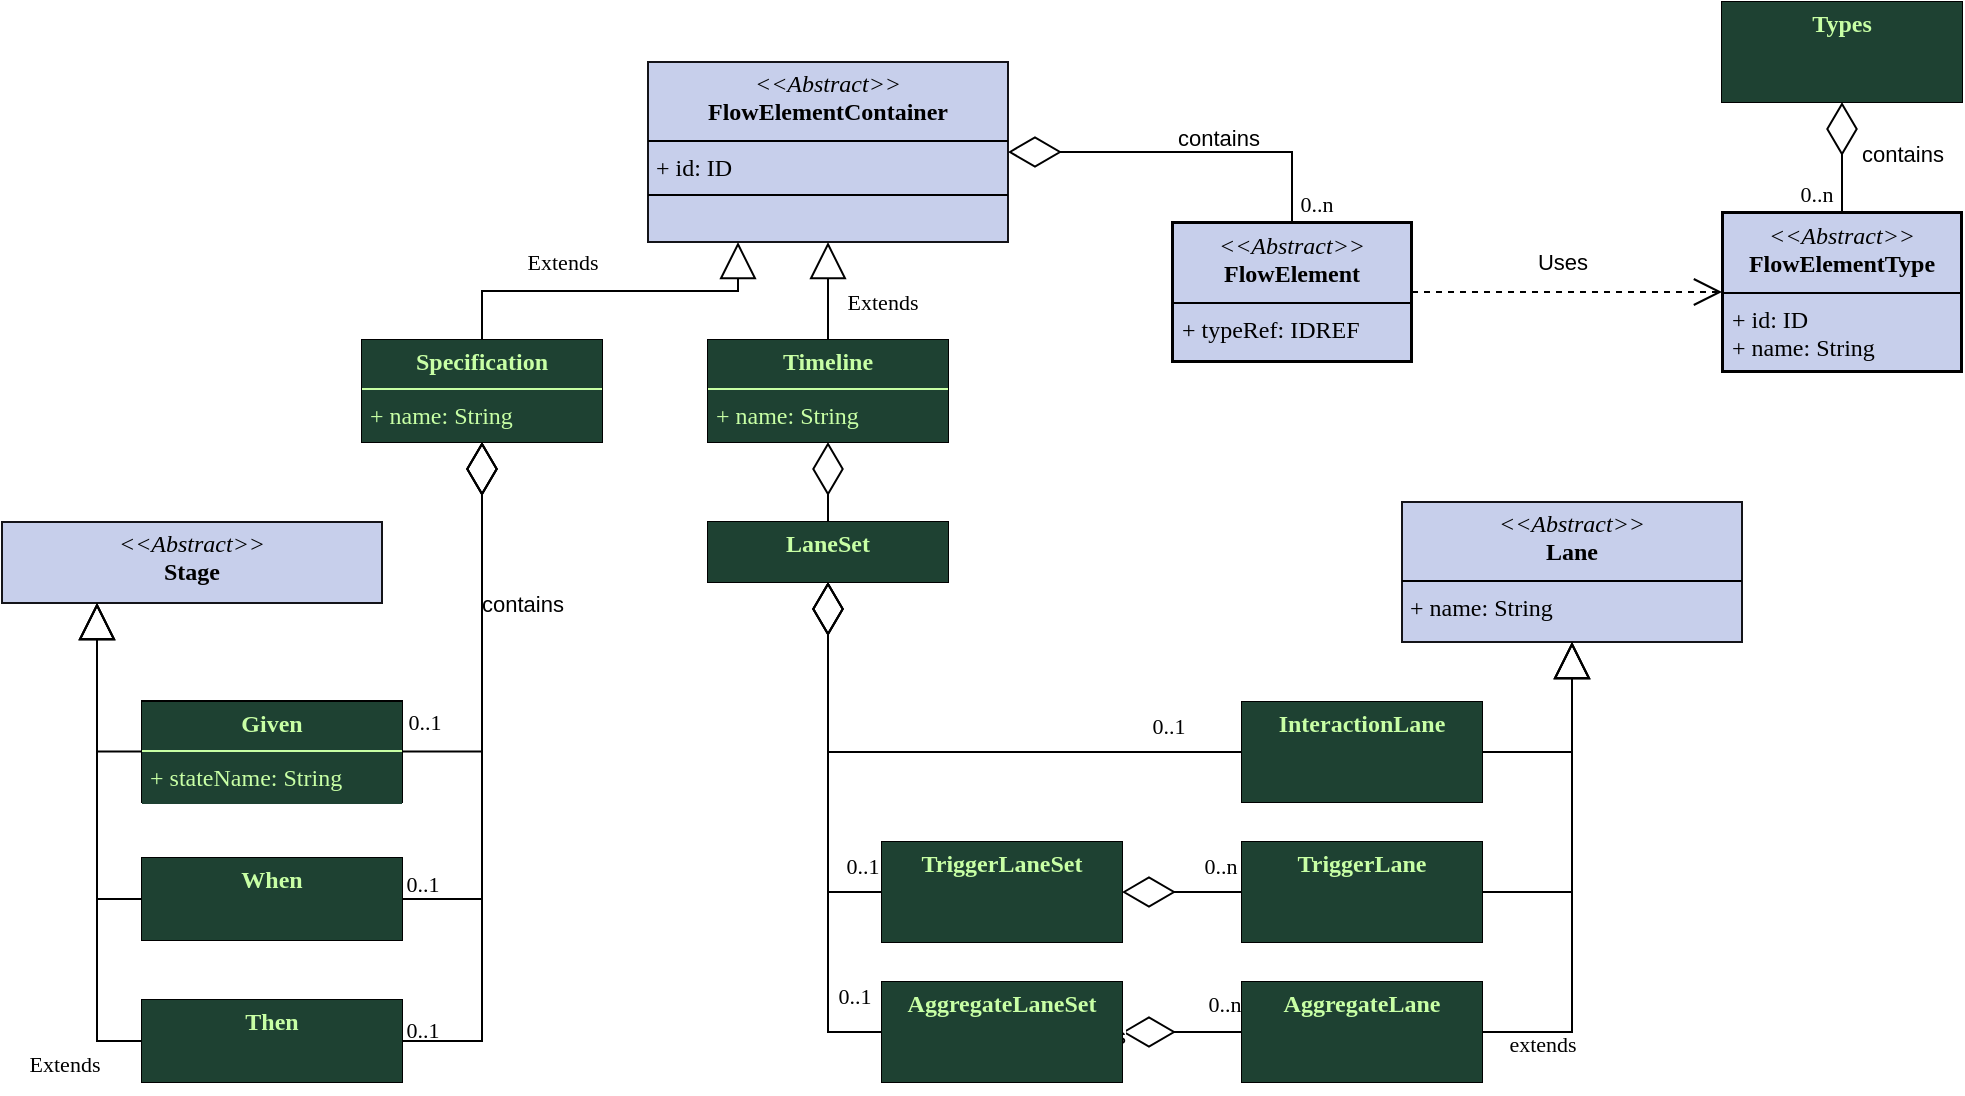
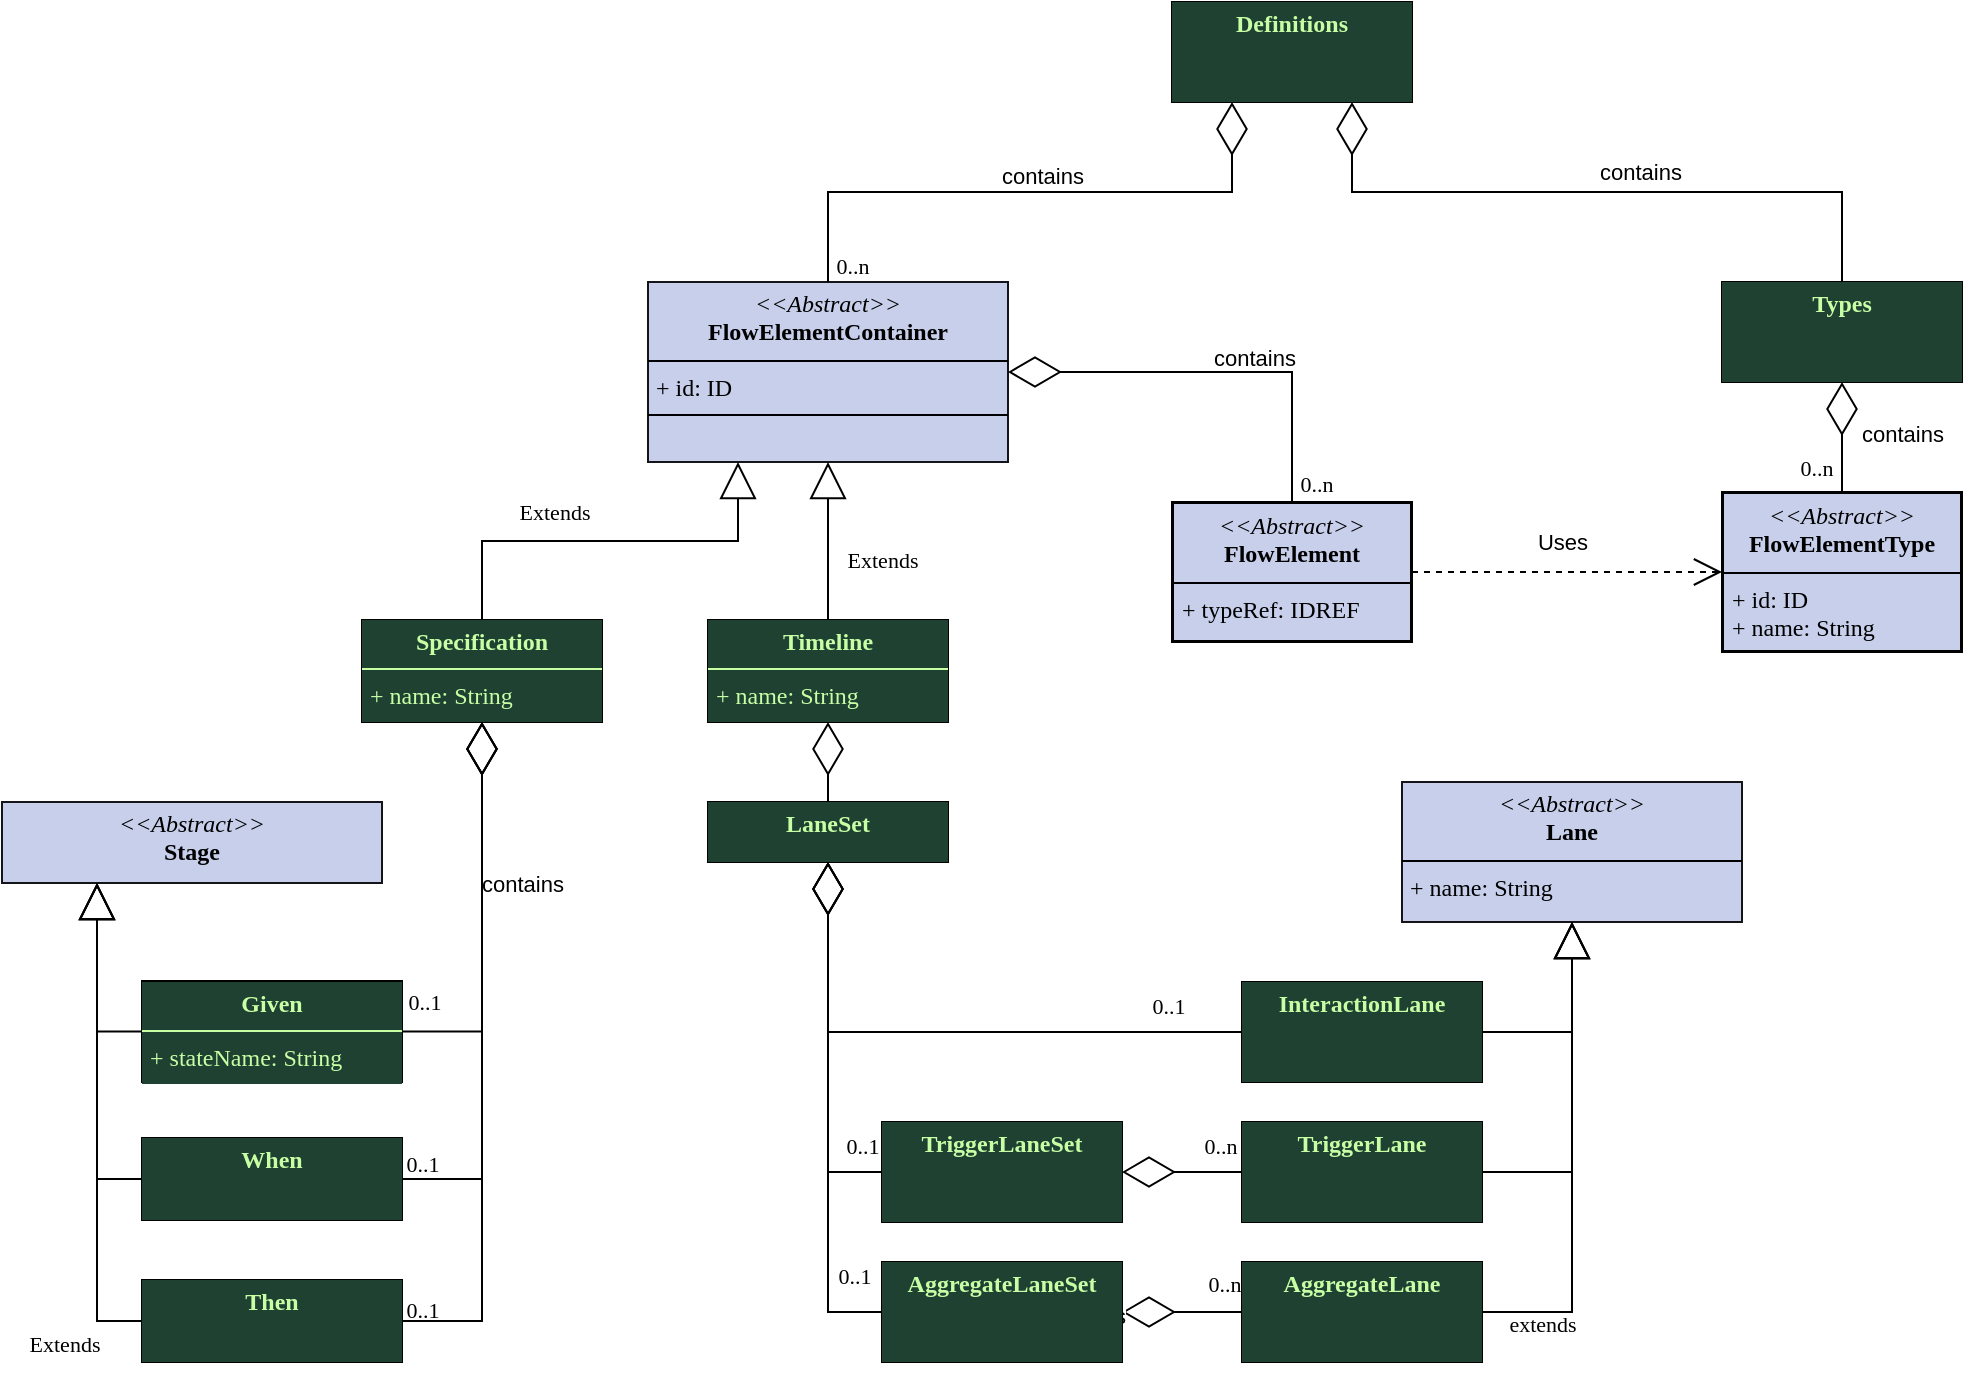
<mxfile host="Electron" agent="Mozilla/5.0 (Macintosh; Intel Mac OS X 10_15_7) AppleWebKit/537.36 (KHTML, like Gecko) draw.io/28.1.2 Chrome/138.0.7204.243 Electron/37.4.0 Safari/537.36" version="28.1.2">
  <diagram name="Page-1" id="q0r2u4vpnyppwJ7rJXbX">
-     <mxGraphModel dx="2182" dy="942" grid="1" gridSize="10" guides="1" tooltips="1" connect="1" arrows="1" fold="1" page="1" pageScale="1" pageWidth="827" pageHeight="1169" math="0" shadow="0">
+     <mxGraphModel dx="848" dy="1817" grid="1" gridSize="10" guides="1" tooltips="1" connect="1" arrows="1" fold="1" page="1" pageScale="1" pageWidth="827" pageHeight="1169" math="0" shadow="0">
      <root>
        <mxCell id="0" />
        <mxCell id="1" parent="0" />
        <mxCell id="6lQ3wKIXjfulGhikJVS5-1" value="&lt;p style=&quot;margin:0px;margin-top:4px;text-align:center;&quot;&gt;&lt;b&gt;LaneSet&lt;/b&gt;&lt;/p&gt;" style="verticalAlign=top;align=left;overflow=fill;html=1;whiteSpace=wrap;labelBackgroundColor=#1E4132;fontFamily=ES Klarheit Kurrent RD;fontColor=#C8FFA5;" vertex="1" parent="1">
          <mxGeometry x="363" y="270" width="120" height="30" as="geometry" />
        </mxCell>
        <mxCell id="6lQ3wKIXjfulGhikJVS5-2" value="&lt;p style=&quot;margin:0px;margin-top:4px;text-align:center;&quot;&gt;&lt;i&gt;&amp;lt;&amp;lt;Abstract&amp;gt;&amp;gt;&lt;/i&gt;&lt;br&gt;&lt;b&gt;Lane&lt;/b&gt;&lt;/p&gt;&lt;hr size=&quot;1&quot; style=&quot;border-style:solid;&quot;&gt;&lt;p style=&quot;margin:0px;margin-left:4px;&quot;&gt;+ name: String&lt;/p&gt;" style="verticalAlign=top;align=left;overflow=fill;html=1;whiteSpace=wrap;fontFamily=ES Klarheit Kurrent RD;fillColor=#C7CFEB;strokeColor=#141419;" vertex="1" parent="1">
          <mxGeometry x="710" y="260" width="170" height="70" as="geometry" />
        </mxCell>
        <mxCell id="6lQ3wKIXjfulGhikJVS5-3" value="&lt;p style=&quot;margin:0px;margin-top:4px;text-align:center;&quot;&gt;&lt;b&gt;AggregateLane&lt;/b&gt;&lt;/p&gt;&lt;p style=&quot;margin:0px;margin-left:4px;&quot;&gt;&lt;br&gt;&lt;/p&gt;" style="verticalAlign=top;align=left;overflow=fill;html=1;whiteSpace=wrap;labelBackgroundColor=#1E4132;fontFamily=ES Klarheit Kurrent RD;fontColor=#C8FFA5;" vertex="1" parent="1">
          <mxGeometry x="630" y="500" width="120" height="50" as="geometry" />
        </mxCell>
        <mxCell id="6lQ3wKIXjfulGhikJVS5-4" value="&lt;p style=&quot;margin:0px;margin-top:4px;text-align:center;&quot;&gt;&lt;b&gt;InteractionLane&lt;/b&gt;&lt;/p&gt;" style="verticalAlign=top;align=left;overflow=fill;html=1;whiteSpace=wrap;labelBackgroundColor=#1E4132;fontFamily=ES Klarheit Kurrent RD;fontColor=#C8FFA5;" vertex="1" parent="1">
          <mxGeometry x="630" y="360" width="120" height="50" as="geometry" />
        </mxCell>
        <mxCell id="6lQ3wKIXjfulGhikJVS5-5" value="&lt;p style=&quot;margin:0px;margin-top:4px;text-align:center;&quot;&gt;&lt;b&gt;TriggerLane&lt;/b&gt;&lt;/p&gt;" style="verticalAlign=top;align=left;overflow=fill;html=1;whiteSpace=wrap;labelBackgroundColor=#1E4132;fontFamily=ES Klarheit Kurrent RD;fontColor=#C8FFA5;" vertex="1" parent="1">
          <mxGeometry x="630" y="430" width="120" height="50" as="geometry" />
        </mxCell>
        <mxCell id="6lQ3wKIXjfulGhikJVS5-8" value="&lt;p style=&quot;margin:0px;margin-top:4px;text-align:center;&quot;&gt;&lt;i&gt;&amp;lt;&amp;lt;Abstract&amp;gt;&amp;gt;&lt;/i&gt;&lt;br&gt;&lt;b&gt;FlowElementContainer&lt;/b&gt;&lt;/p&gt;&lt;hr size=&quot;1&quot; style=&quot;border-style:solid;&quot;&gt;&lt;p style=&quot;margin:0px;margin-left:4px;&quot;&gt;+ id: ID&lt;br&gt;&lt;/p&gt;&lt;hr size=&quot;1&quot; style=&quot;border-style:solid;&quot;&gt;&lt;p style=&quot;margin:0px;margin-left:4px;&quot;&gt;&lt;br&gt;&lt;/p&gt;" style="verticalAlign=top;align=left;overflow=fill;html=1;whiteSpace=wrap;fontFamily=ES Klarheit Kurrent RD;fillColor=#C7CFEB;strokeColor=#141419;" vertex="1" parent="1">
-           <mxGeometry x="333" y="40" width="180" height="90" as="geometry" />
+           <mxGeometry x="333" y="10" width="180" height="90" as="geometry" />
        </mxCell>
        <mxCell id="6lQ3wKIXjfulGhikJVS5-9" value="&lt;p style=&quot;margin:0px;margin-top:4px;text-align:center;&quot;&gt;&lt;b&gt;Timeline&lt;/b&gt;&lt;/p&gt;&lt;hr size=&quot;1&quot; style=&quot;border-style:solid;&quot;&gt;&lt;p style=&quot;margin:0px;margin-left:4px;&quot;&gt;+ name: String&lt;/p&gt;&lt;p style=&quot;margin:0px;margin-left:4px;&quot;&gt;&lt;br&gt;&lt;/p&gt;" style="verticalAlign=top;align=left;overflow=fill;html=1;whiteSpace=wrap;labelBackgroundColor=#1E4132;fontFamily=ES Klarheit Kurrent RD;fontColor=#C8FFA5;" vertex="1" parent="1">
          <mxGeometry x="363" y="179" width="120" height="51" as="geometry" />
        </mxCell>
        <mxCell id="6lQ3wKIXjfulGhikJVS5-12" value="" style="endArrow=block;endSize=16;endFill=0;html=1;rounded=0;entryX=0.5;entryY=1;entryDx=0;entryDy=0;exitX=1;exitY=0.5;exitDx=0;exitDy=0;edgeStyle=orthogonalEdgeStyle;fontFamily=ES Klarheit Kurrent RD;" edge="1" parent="1" source="6lQ3wKIXjfulGhikJVS5-5" target="6lQ3wKIXjfulGhikJVS5-2">
          <mxGeometry width="160" relative="1" as="geometry">
            <mxPoint x="390" y="310" as="sourcePoint" />
            <mxPoint x="550" y="310" as="targetPoint" />
          </mxGeometry>
        </mxCell>
        <mxCell id="6lQ3wKIXjfulGhikJVS5-16" value="&lt;p style=&quot;margin:0px;margin-top:4px;text-align:center;&quot;&gt;&lt;b&gt;Specification&lt;/b&gt;&lt;/p&gt;&lt;hr size=&quot;1&quot; style=&quot;border-style:solid;&quot;&gt;&lt;p style=&quot;margin:0px;margin-left:4px;&quot;&gt;+ name: String&lt;/p&gt;&lt;p style=&quot;margin:0px;margin-left:4px;&quot;&gt;&lt;br&gt;&lt;/p&gt;" style="verticalAlign=top;align=left;overflow=fill;html=1;whiteSpace=wrap;labelBackgroundColor=#1E4132;fontFamily=ES Klarheit Kurrent RD;fontColor=#C8FFA5;" vertex="1" parent="1">
          <mxGeometry x="190" y="179" width="120" height="51" as="geometry" />
        </mxCell>
        <mxCell id="6lQ3wKIXjfulGhikJVS5-17" value="&lt;p style=&quot;margin:0px;margin-top:4px;text-align:center;&quot;&gt;&lt;i&gt;&amp;lt;&amp;lt;Abstract&amp;gt;&amp;gt;&lt;/i&gt;&lt;br&gt;&lt;b&gt;Stage&lt;/b&gt;&lt;/p&gt;&lt;p style=&quot;margin:0px;margin-left:4px;&quot;&gt;&lt;br&gt;&lt;/p&gt;&lt;p style=&quot;margin:0px;margin-left:4px;&quot;&gt;&lt;br&gt;&lt;/p&gt;" style="verticalAlign=top;align=left;overflow=fill;html=1;whiteSpace=wrap;fontFamily=ES Klarheit Kurrent RD;fillColor=#C7CFEB;strokeColor=#141419;" vertex="1" parent="1">
          <mxGeometry x="10" y="270" width="190" height="40.5" as="geometry" />
        </mxCell>
        <mxCell id="6lQ3wKIXjfulGhikJVS5-18" value="&lt;p style=&quot;margin:0px;margin-top:4px;text-align:center;&quot;&gt;&lt;b&gt;Given&lt;/b&gt;&lt;/p&gt;&lt;hr size=&quot;1&quot; style=&quot;border-style:solid;&quot;&gt;&lt;p style=&quot;margin:0px;margin-left:4px;&quot;&gt;+ stateName: String&lt;/p&gt;&lt;p style=&quot;margin:0px;margin-left:4px;&quot;&gt;&lt;br&gt;&lt;/p&gt;" style="verticalAlign=top;align=left;overflow=fill;html=1;whiteSpace=wrap;labelBackgroundColor=#1E4132;fontFamily=ES Klarheit Kurrent RD;fontColor=#C8FFA5;" vertex="1" parent="1">
          <mxGeometry x="80" y="359.5" width="130" height="50.5" as="geometry" />
        </mxCell>
        <mxCell id="6lQ3wKIXjfulGhikJVS5-19" value="&lt;p style=&quot;margin:0px;margin-top:4px;text-align:center;&quot;&gt;&lt;b&gt;When&lt;/b&gt;&lt;/p&gt;&lt;p style=&quot;margin:0px;margin-left:4px;&quot;&gt;&lt;br&gt;&lt;/p&gt;" style="verticalAlign=top;align=left;overflow=fill;html=1;whiteSpace=wrap;labelBackgroundColor=#1E4132;fontFamily=ES Klarheit Kurrent RD;fontColor=#C8FFA5;" vertex="1" parent="1">
          <mxGeometry x="80" y="438" width="130" height="41" as="geometry" />
        </mxCell>
        <mxCell id="6lQ3wKIXjfulGhikJVS5-20" value="&lt;p style=&quot;margin:0px;margin-top:4px;text-align:center;&quot;&gt;&lt;b&gt;Then&lt;/b&gt;&lt;/p&gt;" style="verticalAlign=top;align=left;overflow=fill;html=1;whiteSpace=wrap;labelBackgroundColor=#1E4132;fontFamily=ES Klarheit Kurrent RD;fontColor=#C8FFA5;" vertex="1" parent="1">
          <mxGeometry x="80" y="509" width="130" height="41" as="geometry" />
        </mxCell>
        <mxCell id="6lQ3wKIXjfulGhikJVS5-23" value="&lt;p style=&quot;margin:0px;margin-top:4px;text-align:center;&quot;&gt;&lt;i&gt;&amp;lt;&amp;lt;Abstract&amp;gt;&amp;gt;&lt;/i&gt;&lt;br&gt;&lt;b&gt;FlowElement&lt;/b&gt;&lt;/p&gt;&lt;hr style=&quot;border-style:solid;&quot; size=&quot;1&quot;&gt;&lt;p style=&quot;margin:0px;margin-left:4px;&quot;&gt;+ typeRef: IDREF&lt;/p&gt;" style="verticalAlign=top;align=left;overflow=fill;html=1;whiteSpace=wrap;fontFamily=ES Klarheit Kurrent RD;labelBackgroundColor=#C7CFEB;labelBorderColor=default;" vertex="1" parent="1">
          <mxGeometry x="595" y="120" width="120" height="70" as="geometry" />
        </mxCell>
        <mxCell id="6lQ3wKIXjfulGhikJVS5-24" value="Extends" style="endArrow=block;endSize=16;endFill=0;html=1;rounded=0;entryX=0.25;entryY=1;entryDx=0;entryDy=0;exitX=0;exitY=0.5;exitDx=0;exitDy=0;edgeStyle=orthogonalEdgeStyle;labelBackgroundColor=none;fontFamily=ES Klarheit Kurrent RD;" edge="1" parent="1" source="6lQ3wKIXjfulGhikJVS5-18" target="6lQ3wKIXjfulGhikJVS5-17">
          <mxGeometry x="-0.5351" y="156" width="160" relative="1" as="geometry">
            <mxPoint x="-140" y="510.5" as="sourcePoint" />
            <mxPoint x="20" y="510.5" as="targetPoint" />
            <mxPoint x="139" y="156" as="offset" />
          </mxGeometry>
        </mxCell>
        <mxCell id="6lQ3wKIXjfulGhikJVS5-25" value="" style="endArrow=block;endSize=16;endFill=0;html=1;rounded=0;exitX=0;exitY=0.5;exitDx=0;exitDy=0;edgeStyle=orthogonalEdgeStyle;entryX=0.25;entryY=1;entryDx=0;entryDy=0;fontFamily=ES Klarheit Kurrent RD;" edge="1" parent="1" source="6lQ3wKIXjfulGhikJVS5-19" target="6lQ3wKIXjfulGhikJVS5-17">
          <mxGeometry width="160" relative="1" as="geometry">
            <mxPoint x="72" y="445.5" as="sourcePoint" />
            <mxPoint x="60" y="320.5" as="targetPoint" />
          </mxGeometry>
        </mxCell>
        <mxCell id="6lQ3wKIXjfulGhikJVS5-26" value="" style="endArrow=block;endSize=16;endFill=0;html=1;rounded=0;entryX=0.25;entryY=1;entryDx=0;entryDy=0;exitX=0;exitY=0.5;exitDx=0;exitDy=0;edgeStyle=orthogonalEdgeStyle;fontFamily=ES Klarheit Kurrent RD;" edge="1" parent="1" source="6lQ3wKIXjfulGhikJVS5-20" target="6lQ3wKIXjfulGhikJVS5-17">
          <mxGeometry width="160" relative="1" as="geometry">
            <mxPoint x="82" y="535.5" as="sourcePoint" />
            <mxPoint x="60" y="460.5" as="targetPoint" />
          </mxGeometry>
        </mxCell>
        <mxCell id="6lQ3wKIXjfulGhikJVS5-28" value="Extends" style="endArrow=block;endSize=16;endFill=0;html=1;rounded=0;entryX=0.25;entryY=1;entryDx=0;entryDy=0;exitX=0.5;exitY=0;exitDx=0;exitDy=0;edgeStyle=orthogonalEdgeStyle;fontFamily=ES Klarheit Kurrent RD;labelBackgroundColor=none;" edge="1" parent="1" source="6lQ3wKIXjfulGhikJVS5-16" target="6lQ3wKIXjfulGhikJVS5-8">
          <mxGeometry x="-0.2712" y="15" width="160" relative="1" as="geometry">
            <mxPoint x="340" y="310" as="sourcePoint" />
            <mxPoint x="500" y="310" as="targetPoint" />
            <mxPoint as="offset" />
          </mxGeometry>
        </mxCell>
        <mxCell id="6lQ3wKIXjfulGhikJVS5-29" value="Extends" style="endArrow=block;endSize=16;endFill=0;html=1;rounded=0;entryX=0.5;entryY=1;entryDx=0;entryDy=0;exitX=0.5;exitY=0;exitDx=0;exitDy=0;fontFamily=ES Klarheit Kurrent RD;labelBackgroundColor=none;" edge="1" parent="1" source="6lQ3wKIXjfulGhikJVS5-9" target="6lQ3wKIXjfulGhikJVS5-8">
          <mxGeometry x="-0.2245" y="-27" width="160" relative="1" as="geometry">
            <mxPoint x="340" y="310" as="sourcePoint" />
            <mxPoint x="500" y="310" as="targetPoint" />
            <mxPoint as="offset" />
          </mxGeometry>
        </mxCell>
        <mxCell id="6lQ3wKIXjfulGhikJVS5-30" value="" style="endArrow=diamondThin;endFill=0;endSize=24;html=1;rounded=0;entryX=0.5;entryY=1;entryDx=0;entryDy=0;exitX=1;exitY=0.5;exitDx=0;exitDy=0;edgeStyle=orthogonalEdgeStyle;fontFamily=ES Klarheit Kurrent RD;" edge="1" parent="1" source="6lQ3wKIXjfulGhikJVS5-18" target="6lQ3wKIXjfulGhikJVS5-16">
          <mxGeometry width="160" relative="1" as="geometry">
            <mxPoint x="340" y="310" as="sourcePoint" />
            <mxPoint x="500" y="310" as="targetPoint" />
          </mxGeometry>
        </mxCell>
        <mxCell id="6lQ3wKIXjfulGhikJVS5-42" value="0..1" style="edgeLabel;html=1;align=center;verticalAlign=middle;resizable=0;points=[];labelBackgroundColor=none;fontFamily=ES Klarheit Kurrent RD;" vertex="1" connectable="0" parent="6lQ3wKIXjfulGhikJVS5-30">
          <mxGeometry x="-0.8882" y="1" relative="1" as="geometry">
            <mxPoint y="-14" as="offset" />
          </mxGeometry>
        </mxCell>
        <mxCell id="6lQ3wKIXjfulGhikJVS5-31" value="" style="endArrow=diamondThin;endFill=0;endSize=24;html=1;rounded=0;entryX=0.5;entryY=1;entryDx=0;entryDy=0;exitX=1;exitY=0.5;exitDx=0;exitDy=0;edgeStyle=orthogonalEdgeStyle;fontFamily=ES Klarheit Kurrent RD;" edge="1" parent="1" source="6lQ3wKIXjfulGhikJVS5-19" target="6lQ3wKIXjfulGhikJVS5-16">
          <mxGeometry width="160" relative="1" as="geometry">
            <mxPoint x="240" y="505" as="sourcePoint" />
            <mxPoint x="280" y="340" as="targetPoint" />
          </mxGeometry>
        </mxCell>
        <mxCell id="6lQ3wKIXjfulGhikJVS5-43" value="0..1" style="edgeLabel;html=1;align=center;verticalAlign=middle;resizable=0;points=[];labelBackgroundColor=none;fontFamily=ES Klarheit Kurrent RD;" vertex="1" connectable="0" parent="6lQ3wKIXjfulGhikJVS5-31">
          <mxGeometry x="-0.899" y="1" relative="1" as="geometry">
            <mxPoint x="-4" y="-7" as="offset" />
          </mxGeometry>
        </mxCell>
        <mxCell id="6lQ3wKIXjfulGhikJVS5-32" value="" style="endArrow=diamondThin;endFill=0;endSize=24;html=1;rounded=0;entryX=0.5;entryY=1;entryDx=0;entryDy=0;exitX=1;exitY=0.5;exitDx=0;exitDy=0;edgeStyle=orthogonalEdgeStyle;fontFamily=ES Klarheit Kurrent RD;" edge="1" parent="1" source="6lQ3wKIXjfulGhikJVS5-20" target="6lQ3wKIXjfulGhikJVS5-16">
          <mxGeometry width="160" relative="1" as="geometry">
            <mxPoint x="210" y="645" as="sourcePoint" />
            <mxPoint x="250" y="480" as="targetPoint" />
          </mxGeometry>
        </mxCell>
        <mxCell id="6lQ3wKIXjfulGhikJVS5-44" value="0..1" style="edgeLabel;html=1;align=center;verticalAlign=middle;resizable=0;points=[];labelBackgroundColor=none;fontFamily=ES Klarheit Kurrent RD;" vertex="1" connectable="0" parent="6lQ3wKIXjfulGhikJVS5-32">
          <mxGeometry x="-0.9175" y="1" relative="1" as="geometry">
            <mxPoint x="-4" y="-5" as="offset" />
          </mxGeometry>
        </mxCell>
        <mxCell id="6lQ3wKIXjfulGhikJVS5-53" value="contains" style="edgeLabel;html=1;align=center;verticalAlign=middle;resizable=0;points=[];labelBackgroundColor=none;" vertex="1" connectable="0" parent="6lQ3wKIXjfulGhikJVS5-32">
          <mxGeometry x="0.5228" y="-1" relative="1" as="geometry">
            <mxPoint x="19" as="offset" />
          </mxGeometry>
        </mxCell>
        <mxCell id="6lQ3wKIXjfulGhikJVS5-33" value="" style="endArrow=diamondThin;endFill=0;endSize=24;html=1;rounded=0;entryX=1;entryY=0.5;entryDx=0;entryDy=0;exitX=0.5;exitY=0;exitDx=0;exitDy=0;edgeStyle=orthogonalEdgeStyle;fontFamily=ES Klarheit Kurrent RD;" edge="1" parent="1" source="6lQ3wKIXjfulGhikJVS5-23" target="6lQ3wKIXjfulGhikJVS5-8">
          <mxGeometry width="160" relative="1" as="geometry">
            <mxPoint x="510" y="350" as="sourcePoint" />
            <mxPoint x="670" y="350" as="targetPoint" />
          </mxGeometry>
        </mxCell>
        <mxCell id="6lQ3wKIXjfulGhikJVS5-41" value="0..n" style="edgeLabel;html=1;align=center;verticalAlign=middle;resizable=0;points=[];labelBackgroundColor=none;fontFamily=ES Klarheit Kurrent RD;" vertex="1" connectable="0" parent="6lQ3wKIXjfulGhikJVS5-33">
          <mxGeometry x="-0.8359" y="2" relative="1" as="geometry">
            <mxPoint x="264" as="offset" />
          </mxGeometry>
        </mxCell>
        <mxCell id="6lQ3wKIXjfulGhikJVS5-52" value="contains" style="edgeLabel;html=1;align=center;verticalAlign=middle;resizable=0;points=[];labelBackgroundColor=none;" vertex="1" connectable="0" parent="6lQ3wKIXjfulGhikJVS5-33">
          <mxGeometry x="-0.1864" y="-1" relative="1" as="geometry">
            <mxPoint y="-6" as="offset" />
          </mxGeometry>
        </mxCell>
        <mxCell id="6lQ3wKIXjfulGhikJVS5-34" value="" style="endArrow=diamondThin;endFill=0;endSize=24;html=1;rounded=0;entryX=0.5;entryY=1;entryDx=0;entryDy=0;exitX=0;exitY=0.5;exitDx=0;exitDy=0;edgeStyle=orthogonalEdgeStyle;fontFamily=ES Klarheit Kurrent RD;" edge="1" parent="1" source="6lQ3wKIXjfulGhikJVS5-4" target="6lQ3wKIXjfulGhikJVS5-1">
          <mxGeometry width="160" relative="1" as="geometry">
            <mxPoint x="400" y="350" as="sourcePoint" />
            <mxPoint x="560" y="350" as="targetPoint" />
          </mxGeometry>
        </mxCell>
        <mxCell id="6lQ3wKIXjfulGhikJVS5-38" value="0..1" style="edgeLabel;html=1;align=center;verticalAlign=middle;resizable=0;points=[];labelBackgroundColor=none;fontFamily=ES Klarheit Kurrent RD;" vertex="1" connectable="0" parent="6lQ3wKIXjfulGhikJVS5-34">
          <mxGeometry x="-0.7454" relative="1" as="geometry">
            <mxPoint y="-13" as="offset" />
          </mxGeometry>
        </mxCell>
        <mxCell id="6lQ3wKIXjfulGhikJVS5-35" value="" style="endArrow=diamondThin;endFill=0;endSize=24;html=1;rounded=0;exitX=0;exitY=0.5;exitDx=0;exitDy=0;edgeStyle=orthogonalEdgeStyle;fontFamily=ES Klarheit Kurrent RD;entryX=1;entryY=0.5;entryDx=0;entryDy=0;" edge="1" parent="1" source="6lQ3wKIXjfulGhikJVS5-5" target="6lQ3wKIXjfulGhikJVS5-55">
          <mxGeometry width="160" relative="1" as="geometry">
            <mxPoint x="457" y="685" as="sourcePoint" />
            <mxPoint x="540" y="455" as="targetPoint" />
          </mxGeometry>
        </mxCell>
        <mxCell id="6lQ3wKIXjfulGhikJVS5-39" value="0..n" style="edgeLabel;html=1;align=center;verticalAlign=middle;resizable=0;points=[];labelBackgroundColor=none;fontFamily=ES Klarheit Kurrent RD;" vertex="1" connectable="0" parent="6lQ3wKIXjfulGhikJVS5-35">
          <mxGeometry x="-0.8721" y="-2" relative="1" as="geometry">
            <mxPoint x="-7" y="-11" as="offset" />
          </mxGeometry>
        </mxCell>
        <mxCell id="6lQ3wKIXjfulGhikJVS5-36" value="" style="endArrow=diamondThin;endFill=0;endSize=24;html=1;rounded=0;exitX=0;exitY=0.5;exitDx=0;exitDy=0;edgeStyle=orthogonalEdgeStyle;fontFamily=ES Klarheit Kurrent RD;entryX=1;entryY=0.5;entryDx=0;entryDy=0;" edge="1" parent="1" source="6lQ3wKIXjfulGhikJVS5-3" target="6lQ3wKIXjfulGhikJVS5-56">
          <mxGeometry width="160" relative="1" as="geometry">
            <mxPoint x="507" y="805" as="sourcePoint" />
            <mxPoint x="520" y="525" as="targetPoint" />
          </mxGeometry>
        </mxCell>
        <mxCell id="6lQ3wKIXjfulGhikJVS5-40" value="0..n" style="edgeLabel;html=1;align=center;verticalAlign=middle;resizable=0;points=[];labelBackgroundColor=none;fontFamily=ES Klarheit Kurrent RD;" vertex="1" connectable="0" parent="6lQ3wKIXjfulGhikJVS5-36">
          <mxGeometry x="-0.9127" y="-1" relative="1" as="geometry">
            <mxPoint x="-7" y="-13" as="offset" />
          </mxGeometry>
        </mxCell>
        <mxCell id="6lQ3wKIXjfulGhikJVS5-54" value="contains" style="edgeLabel;html=1;align=center;verticalAlign=middle;resizable=0;points=[];" vertex="1" connectable="0" parent="6lQ3wKIXjfulGhikJVS5-36">
          <mxGeometry x="0.6213" y="2" relative="1" as="geometry">
            <mxPoint x="-31" as="offset" />
          </mxGeometry>
        </mxCell>
        <mxCell id="6lQ3wKIXjfulGhikJVS5-37" value="" style="endArrow=block;endSize=16;endFill=0;html=1;rounded=0;entryX=0.5;entryY=1;entryDx=0;entryDy=0;exitX=1;exitY=0.5;exitDx=0;exitDy=0;edgeStyle=orthogonalEdgeStyle;fontFamily=ES Klarheit Kurrent RD;" edge="1" parent="1" source="6lQ3wKIXjfulGhikJVS5-3" target="6lQ3wKIXjfulGhikJVS5-2">
          <mxGeometry width="160" relative="1" as="geometry">
            <mxPoint x="810" y="505" as="sourcePoint" />
            <mxPoint x="855" y="380" as="targetPoint" />
          </mxGeometry>
        </mxCell>
        <mxCell id="6lQ3wKIXjfulGhikJVS5-47" value="extends" style="edgeLabel;html=1;align=center;verticalAlign=middle;resizable=0;points=[];labelBackgroundColor=none;fontFamily=ES Klarheit Kurrent RD;" vertex="1" connectable="0" parent="6lQ3wKIXjfulGhikJVS5-37">
          <mxGeometry x="-0.5088" relative="1" as="geometry">
            <mxPoint x="-15" y="20" as="offset" />
          </mxGeometry>
        </mxCell>
        <mxCell id="6lQ3wKIXjfulGhikJVS5-46" value="" style="endArrow=diamondThin;endFill=0;endSize=24;html=1;rounded=0;entryX=0.5;entryY=1;entryDx=0;entryDy=0;exitX=0.5;exitY=0;exitDx=0;exitDy=0;fontFamily=ES Klarheit Kurrent RD;" edge="1" parent="1" source="6lQ3wKIXjfulGhikJVS5-1" target="6lQ3wKIXjfulGhikJVS5-9">
          <mxGeometry width="160" relative="1" as="geometry">
            <mxPoint x="240" y="280" as="sourcePoint" />
            <mxPoint x="400" y="280" as="targetPoint" />
          </mxGeometry>
        </mxCell>
        <mxCell id="6lQ3wKIXjfulGhikJVS5-48" value="" style="endArrow=block;endSize=16;endFill=0;html=1;rounded=0;exitX=1;exitY=0.5;exitDx=0;exitDy=0;edgeStyle=orthogonalEdgeStyle;fontFamily=ES Klarheit Kurrent RD;entryX=0.5;entryY=1;entryDx=0;entryDy=0;" edge="1" parent="1" source="6lQ3wKIXjfulGhikJVS5-4" target="6lQ3wKIXjfulGhikJVS5-2">
          <mxGeometry width="160" relative="1" as="geometry">
            <mxPoint x="770" y="576.5" as="sourcePoint" />
            <mxPoint x="830" y="351.5" as="targetPoint" />
          </mxGeometry>
        </mxCell>
        <mxCell id="6lQ3wKIXjfulGhikJVS5-49" value="&lt;p style=&quot;margin:0px;margin-top:4px;text-align:center;&quot;&gt;&lt;i&gt;&amp;lt;&amp;lt;Abstract&amp;gt;&amp;gt;&lt;/i&gt;&lt;br&gt;&lt;b&gt;FlowElementType&lt;/b&gt;&lt;/p&gt;&lt;hr style=&quot;border-style:solid;&quot; size=&quot;1&quot;&gt;&lt;p style=&quot;margin:0px;margin-left:4px;&quot;&gt;+ id: ID&lt;/p&gt;&lt;p style=&quot;margin:0px;margin-left:4px;&quot;&gt;+ name: String&lt;/p&gt;" style="verticalAlign=top;align=left;overflow=fill;html=1;whiteSpace=wrap;fontFamily=ES Klarheit Kurrent RD;labelBackgroundColor=#C7CFEB;labelBorderColor=default;" vertex="1" parent="1">
          <mxGeometry x="870" y="115" width="120" height="80" as="geometry" />
        </mxCell>
        <mxCell id="6lQ3wKIXjfulGhikJVS5-51" value="Uses" style="endArrow=open;endSize=12;dashed=1;html=1;rounded=0;exitX=1;exitY=0.5;exitDx=0;exitDy=0;entryX=0;entryY=0.5;entryDx=0;entryDy=0;labelBackgroundColor=none;" edge="1" parent="1" source="6lQ3wKIXjfulGhikJVS5-23" target="6lQ3wKIXjfulGhikJVS5-49">
          <mxGeometry x="-0.0323" y="15" width="160" relative="1" as="geometry">
            <mxPoint x="760" y="230" as="sourcePoint" />
            <mxPoint x="920" y="230" as="targetPoint" />
            <mxPoint as="offset" />
          </mxGeometry>
        </mxCell>
        <mxCell id="6lQ3wKIXjfulGhikJVS5-55" value="&lt;p style=&quot;margin:0px;margin-top:4px;text-align:center;&quot;&gt;&lt;b&gt;TriggerLaneSet&lt;/b&gt;&lt;/p&gt;" style="verticalAlign=top;align=left;overflow=fill;html=1;whiteSpace=wrap;labelBackgroundColor=#1E4132;fontFamily=ES Klarheit Kurrent RD;fontColor=#C8FFA5;" vertex="1" parent="1">
          <mxGeometry x="450" y="430" width="120" height="50" as="geometry" />
        </mxCell>
        <mxCell id="6lQ3wKIXjfulGhikJVS5-56" value="&lt;p style=&quot;margin:0px;margin-top:4px;text-align:center;&quot;&gt;&lt;b&gt;AggregateLaneSet&lt;/b&gt;&lt;/p&gt;" style="verticalAlign=top;align=left;overflow=fill;html=1;whiteSpace=wrap;labelBackgroundColor=#1E4132;fontFamily=ES Klarheit Kurrent RD;fontColor=#C8FFA5;" vertex="1" parent="1">
          <mxGeometry x="450" y="500" width="120" height="50" as="geometry" />
        </mxCell>
        <mxCell id="6lQ3wKIXjfulGhikJVS5-57" value="" style="endArrow=diamondThin;endFill=0;endSize=24;html=1;rounded=0;entryX=0.5;entryY=1;entryDx=0;entryDy=0;exitX=0;exitY=0.5;exitDx=0;exitDy=0;edgeStyle=orthogonalEdgeStyle;fontFamily=ES Klarheit Kurrent RD;" edge="1" parent="1" source="6lQ3wKIXjfulGhikJVS5-55" target="6lQ3wKIXjfulGhikJVS5-1">
          <mxGeometry width="160" relative="1" as="geometry">
            <mxPoint x="677" y="465" as="sourcePoint" />
            <mxPoint x="470" y="380" as="targetPoint" />
          </mxGeometry>
        </mxCell>
        <mxCell id="6lQ3wKIXjfulGhikJVS5-58" value="0..1" style="edgeLabel;html=1;align=center;verticalAlign=middle;resizable=0;points=[];labelBackgroundColor=none;fontFamily=ES Klarheit Kurrent RD;" vertex="1" connectable="0" parent="6lQ3wKIXjfulGhikJVS5-57">
          <mxGeometry x="-0.7454" relative="1" as="geometry">
            <mxPoint x="13" y="-13" as="offset" />
          </mxGeometry>
        </mxCell>
        <mxCell id="6lQ3wKIXjfulGhikJVS5-59" value="" style="endArrow=diamondThin;endFill=0;endSize=24;html=1;rounded=0;entryX=0.5;entryY=1;entryDx=0;entryDy=0;exitX=0;exitY=0.5;exitDx=0;exitDy=0;edgeStyle=orthogonalEdgeStyle;fontFamily=ES Klarheit Kurrent RD;" edge="1" parent="1" source="6lQ3wKIXjfulGhikJVS5-56" target="6lQ3wKIXjfulGhikJVS5-1">
          <mxGeometry width="160" relative="1" as="geometry">
            <mxPoint x="447" y="555" as="sourcePoint" />
            <mxPoint x="420" y="400" as="targetPoint" />
          </mxGeometry>
        </mxCell>
        <mxCell id="6lQ3wKIXjfulGhikJVS5-60" value="0..1" style="edgeLabel;html=1;align=center;verticalAlign=middle;resizable=0;points=[];labelBackgroundColor=none;fontFamily=ES Klarheit Kurrent RD;" vertex="1" connectable="0" parent="6lQ3wKIXjfulGhikJVS5-59">
          <mxGeometry x="-0.7454" relative="1" as="geometry">
            <mxPoint x="13" y="-13" as="offset" />
          </mxGeometry>
        </mxCell>
        <mxCell id="6lQ3wKIXjfulGhikJVS5-130" value="&lt;p style=&quot;margin:0px;margin-top:4px;text-align:center;&quot;&gt;&lt;b&gt;Types&lt;/b&gt;&lt;/p&gt;" style="verticalAlign=top;align=left;overflow=fill;html=1;whiteSpace=wrap;labelBackgroundColor=#1E4132;fontFamily=ES Klarheit Kurrent RD;fontColor=#C8FFA5;" vertex="1" parent="1">
          <mxGeometry x="870" y="10" width="120" height="50" as="geometry" />
        </mxCell>
        <mxCell id="6lQ3wKIXjfulGhikJVS5-131" value="" style="endArrow=diamondThin;endFill=0;endSize=24;html=1;rounded=0;entryX=0.5;entryY=1;entryDx=0;entryDy=0;exitX=0.5;exitY=0;exitDx=0;exitDy=0;" edge="1" parent="1" source="6lQ3wKIXjfulGhikJVS5-49" target="6lQ3wKIXjfulGhikJVS5-130">
          <mxGeometry width="160" relative="1" as="geometry">
            <mxPoint x="960" y="100" as="sourcePoint" />
            <mxPoint x="1090" y="290" as="targetPoint" />
          </mxGeometry>
        </mxCell>
        <mxCell id="6lQ3wKIXjfulGhikJVS5-132" value="contains" style="edgeLabel;html=1;align=center;verticalAlign=middle;resizable=0;points=[];labelBackgroundColor=none;" vertex="1" connectable="0" parent="6lQ3wKIXjfulGhikJVS5-131">
          <mxGeometry x="0.0761" y="-1" relative="1" as="geometry">
            <mxPoint x="29" as="offset" />
          </mxGeometry>
        </mxCell>
        <mxCell id="6lQ3wKIXjfulGhikJVS5-133" value="0..n" style="edgeLabel;html=1;align=center;verticalAlign=middle;resizable=0;points=[];labelBackgroundColor=none;fontFamily=ES Klarheit Kurrent RD;" vertex="1" connectable="0" parent="1">
          <mxGeometry x="667" y="111" as="geometry" />
        </mxCell>
+         <mxCell id="6lQ3wKIXjfulGhikJVS5-134" value="&lt;p style=&quot;margin:0px;margin-top:4px;text-align:center;&quot;&gt;&lt;b&gt;Definitions&lt;/b&gt;&lt;/p&gt;" style="verticalAlign=top;align=left;overflow=fill;html=1;whiteSpace=wrap;labelBackgroundColor=#1E4132;fontFamily=ES Klarheit Kurrent RD;fontColor=#C8FFA5;" vertex="1" parent="1">
+           <mxGeometry x="595" y="-130" width="120" height="50" as="geometry" />
+         </mxCell>
+         <mxCell id="6lQ3wKIXjfulGhikJVS5-135" value="" style="endArrow=diamondThin;endFill=0;endSize=24;html=1;rounded=0;entryX=0.25;entryY=1;entryDx=0;entryDy=0;exitX=0.5;exitY=0;exitDx=0;exitDy=0;edgeStyle=orthogonalEdgeStyle;" edge="1" parent="1" source="6lQ3wKIXjfulGhikJVS5-8" target="6lQ3wKIXjfulGhikJVS5-134">
+           <mxGeometry width="160" relative="1" as="geometry">
+             <mxPoint x="290" y="-70" as="sourcePoint" />
+             <mxPoint x="450" y="-70" as="targetPoint" />
+           </mxGeometry>
+         </mxCell>
+         <mxCell id="6lQ3wKIXjfulGhikJVS5-138" value="contains" style="edgeLabel;html=1;align=center;verticalAlign=middle;resizable=0;points=[];labelBackgroundColor=none;" vertex="1" connectable="0" parent="6lQ3wKIXjfulGhikJVS5-135">
+           <mxGeometry x="0.3156" relative="1" as="geometry">
+             <mxPoint x="-40" y="-8" as="offset" />
+           </mxGeometry>
+         </mxCell>
+         <mxCell id="6lQ3wKIXjfulGhikJVS5-136" value="" style="endArrow=diamondThin;endFill=0;endSize=24;html=1;rounded=0;entryX=0.75;entryY=1;entryDx=0;entryDy=0;exitX=0.5;exitY=0;exitDx=0;exitDy=0;edgeStyle=orthogonalEdgeStyle;" edge="1" parent="1" source="6lQ3wKIXjfulGhikJVS5-130" target="6lQ3wKIXjfulGhikJVS5-134">
+           <mxGeometry width="160" relative="1" as="geometry">
+             <mxPoint x="580" y="50" as="sourcePoint" />
+             <mxPoint x="782" y="-40" as="targetPoint" />
+           </mxGeometry>
+         </mxCell>
+         <mxCell id="6lQ3wKIXjfulGhikJVS5-139" value="contains" style="edgeLabel;html=1;align=center;verticalAlign=middle;resizable=0;points=[];" vertex="1" connectable="0" parent="6lQ3wKIXjfulGhikJVS5-136">
+           <mxGeometry x="-0.1577" y="2" relative="1" as="geometry">
+             <mxPoint x="-5" y="-12" as="offset" />
+           </mxGeometry>
+         </mxCell>
+         <mxCell id="6lQ3wKIXjfulGhikJVS5-137" value="0..n" style="edgeLabel;html=1;align=center;verticalAlign=middle;resizable=0;points=[];labelBackgroundColor=none;fontFamily=ES Klarheit Kurrent RD;" vertex="1" connectable="0" parent="1">
+           <mxGeometry x="435" y="2" as="geometry" />
+         </mxCell>
      </root>
    </mxGraphModel>
  </diagram>
</mxfile>
